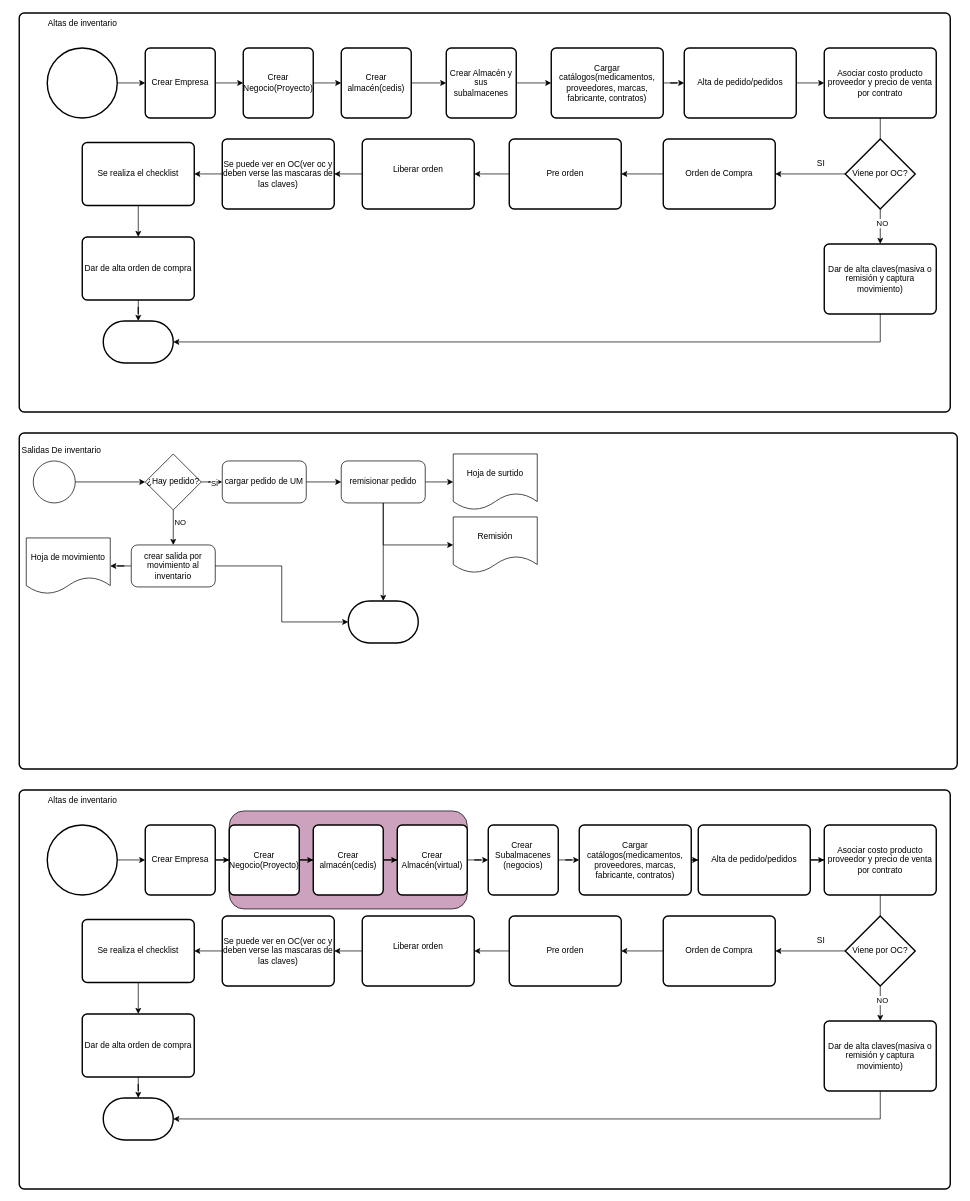
ErnestoDanielTafoyaMolinaCYM/clases-cat-cym keeps this draw.io diagram as FlujoWMSCompleto.drawio. Above is the earlier version. Source tidied: cells renumbered, new cells numbered last; positions are measured from the earlier drawing's top-left corner, leaving out a move shared by most shapes. Both pictures are drawn from the tidied source at 70%, with x=0, y=0 at pixel (12, 13).
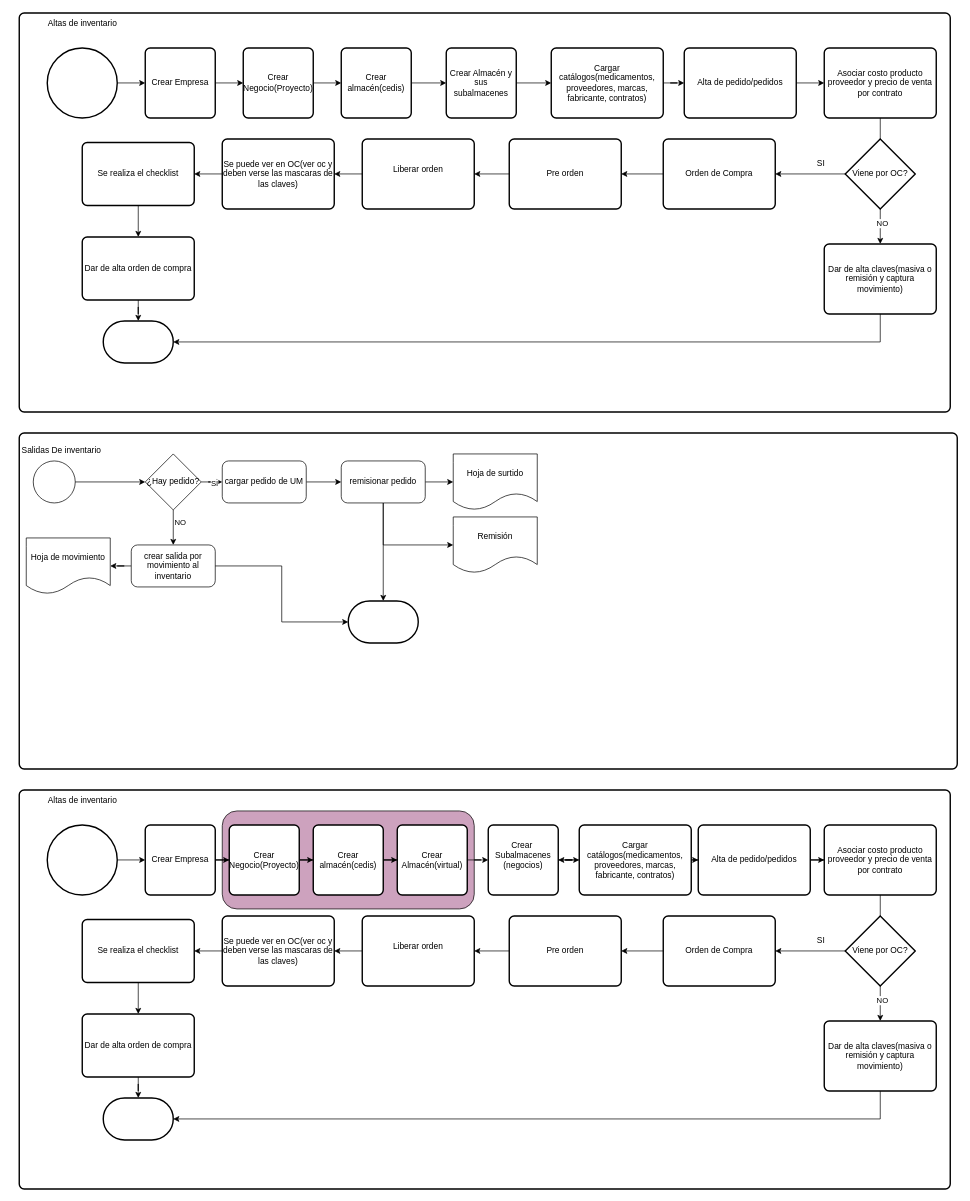
The same diagram, later.

The change refers to these unchanged cells:
```xml
<mxCell id="67" value="Cargar catálogos(medicamentos, proveedores, marcas, fabricante, contratos)" style="rounded=1;whiteSpace=wrap;html=1;absoluteArcSize=1;arcSize=14;strokeWidth=2;" parent="1" vertex="1">
  <mxGeometry x="810" y="1160" width="160" height="100" as="geometry" />
</mxCell>
<mxCell id="100" value="Crear&amp;nbsp;&lt;div&gt;Subalmacenes&lt;div&gt;(negocios)&lt;div&gt;&lt;br&gt;&lt;/div&gt;&lt;/div&gt;&lt;/div&gt;" style="rounded=1;whiteSpace=wrap;html=1;absoluteArcSize=1;arcSize=14;strokeWidth=2;" parent="1" vertex="1">
  <mxGeometry x="680" y="1160" width="100" height="100" as="geometry" />
</mxCell>
```

The edit, as a diff of the source:
```diff
@@
+    <mxCell id="101" style="edgeStyle=orthogonalEdgeStyle;rounded=0;jettySize=auto;html=1;" parent="1" edge="1" source="67" target="100">
+      <mxGeometry relative="1" as="geometry" />
+    </mxCell>
@@
     <mxCell id="92" style="rounded=1;whiteSpace=wrap;html=1;fillColor=#CDA2BE;" parent="1" vertex="1">
-      <mxGeometry x="310" y="1140" width="340" height="140" as="geometry" />
+      <mxGeometry x="300" y="1140" width="360" height="140" as="geometry" />
     </mxCell>
```
